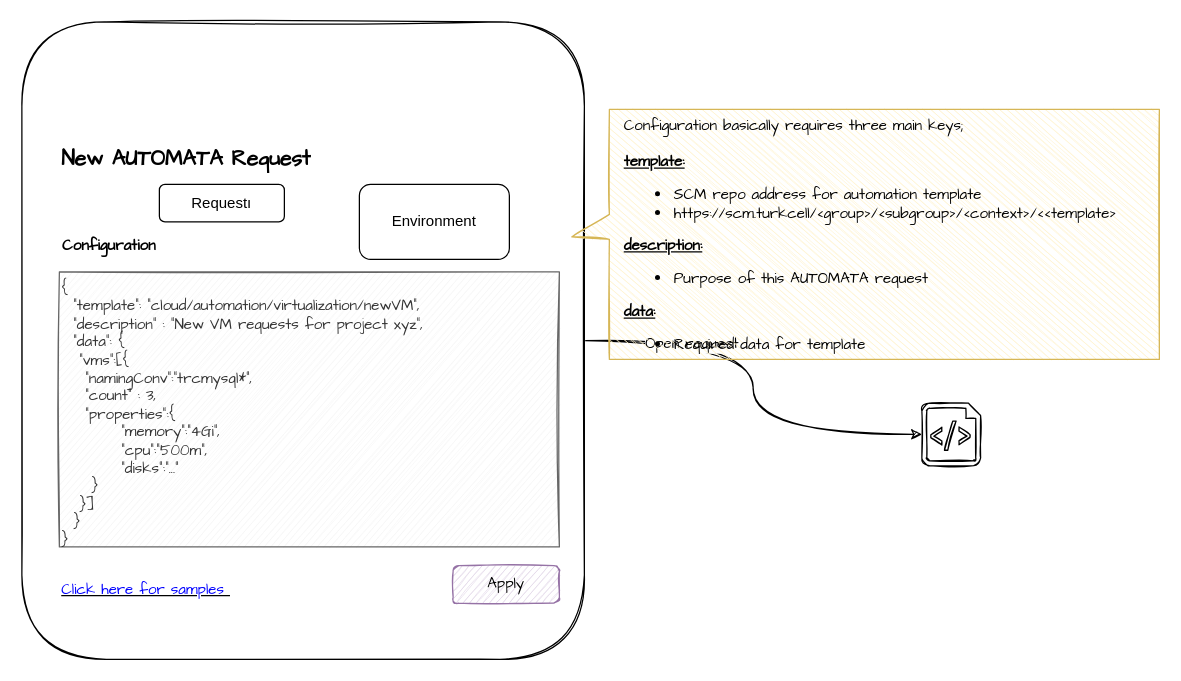
Earlier version of the draw.io diagram page "ITSM" (2 of 5) of diagrams/open-automation.drawio (haidouks/open-automation). Source tidied: cells renumbered, new cells numbered last; positions are measured from the earlier drawing's top-left corner, leaving out a move shared by most shapes. Both pictures are drawn from the tidied source at 125%, with x=0, y=0 at pixel (21, 21).
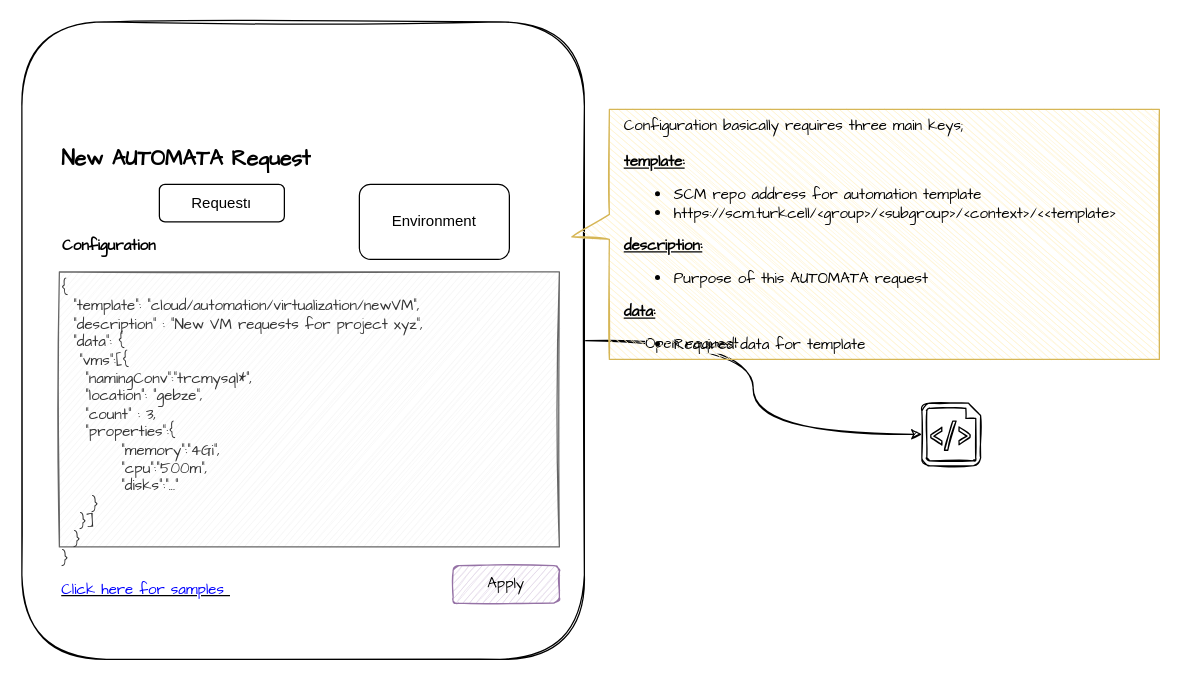
Above is the later version.

Diff of the diagram source:
```diff
@@
 <mxGraphModel>
   <root>
     <mxCell id="0" />
     <mxCell id="1" parent="0" />
     <mxCell id="2" style="edgeStyle=orthogonalEdgeStyle;rounded=0;sketch=1;jettySize=auto;html=1;entryX=0;entryY=0.5;entryDx=0;entryDy=0;entryPerimeter=0;fontFamily=Comic Sans MS;fontSize=12;curved=1;" parent="1" edge="1" source="4" target="11">
       <mxGeometry relative="1" as="geometry" />
     </mxCell>
     <mxCell id="3" value="Open request" style="edgeLabel;html=1;align=center;verticalAlign=middle;fontSize=12;fontFamily=Comic Sans MS;" parent="2" vertex="1">
       <mxGeometry x="-0.51" y="-2" relative="1" as="geometry" />
     </mxCell>
     <mxCell id="4" style="rounded=1;whiteSpace=wrap;html=1;sketch=1;" parent="1" vertex="1">
       <mxGeometry width="450" height="510" as="geometry" />
     </mxCell>
-    <mxCell id="5" value="&lt;div&gt;{&lt;br&gt;&lt;/div&gt;&lt;div&gt;&amp;nbsp; &quot;template&quot;: &quot;cloud/automation/virtualization/newVM&quot;,&lt;/div&gt;&lt;div&gt;&amp;nbsp; &quot;description&quot; : &quot;New VM requests for project xyz&quot;,&lt;/div&gt;&lt;div&gt;&amp;nbsp; &quot;data&quot;: {&amp;nbsp;&lt;/div&gt;&lt;div&gt;&amp;nbsp; &amp;nbsp;&quot;vms&quot;:[{&lt;/div&gt;&lt;div&gt;&amp;nbsp; &amp;nbsp; &quot;namingConv&quot;:&quot;trcmysql*&quot;,&lt;/div&gt;&lt;div&gt;&amp;nbsp; &amp;nbsp; &quot;count&quot; : 3,&lt;/div&gt;&lt;div&gt;&amp;nbsp; &amp;nbsp; &quot;properties&quot;:{&lt;/div&gt;&lt;div&gt;&amp;nbsp; &amp;nbsp; &amp;nbsp; &amp;nbsp; &amp;nbsp; &quot;memory&quot;:&quot;4Gi&quot;,&lt;/div&gt;&lt;div&gt;&amp;nbsp; &amp;nbsp; &amp;nbsp; &amp;nbsp; &amp;nbsp; &quot;cpu&quot;:&quot;500m&quot;,&lt;/div&gt;&lt;div&gt;&amp;nbsp; &amp;nbsp; &amp;nbsp; &amp;nbsp; &amp;nbsp; &quot;disks&quot;:&quot;...&quot;&lt;/div&gt;&lt;div&gt;&amp;nbsp; &amp;nbsp; &amp;nbsp;}&lt;/div&gt;&lt;div&gt;&amp;nbsp; &amp;nbsp;}]&lt;/div&gt;&lt;div&gt;&amp;nbsp; }&lt;/div&gt;&lt;div&gt;}&lt;/div&gt;&lt;div&gt;&lt;div&gt;&lt;div&gt;&lt;br&gt;&lt;/div&gt;&lt;/div&gt;&lt;/div&gt;" style="rounded=0;whiteSpace=wrap;html=1;align=left;verticalAlign=top;fillColor=#f5f5f5;strokeColor=#666666;fontColor=#333333;sketch=1;fontFamily=Comic Sans MS;" parent="1" vertex="1">
+    <mxCell id="5" value="&lt;div&gt;{&lt;br&gt;&lt;/div&gt;&lt;div&gt;&amp;nbsp; &quot;template&quot;: &quot;cloud/automation/virtualization/newVM&quot;,&lt;/div&gt;&lt;div&gt;&amp;nbsp; &quot;description&quot; : &quot;New VM requests for project xyz&quot;,&lt;/div&gt;&lt;div&gt;&amp;nbsp; &quot;data&quot;: {&amp;nbsp;&lt;/div&gt;&lt;div&gt;&amp;nbsp; &amp;nbsp;&quot;vms&quot;:[{&lt;/div&gt;&lt;div&gt;&amp;nbsp; &amp;nbsp; &quot;namingConv&quot;:&quot;trcmysql*&quot;,&lt;/div&gt;&lt;div&gt;&amp;nbsp; &amp;nbsp; &quot;location&quot;: &quot;gebze&quot;,&lt;/div&gt;&lt;div&gt;&amp;nbsp; &amp;nbsp; &quot;count&quot; : 3,&lt;/div&gt;&lt;div&gt;&amp;nbsp; &amp;nbsp; &quot;properties&quot;:{&lt;/div&gt;&lt;div&gt;&amp;nbsp; &amp;nbsp; &amp;nbsp; &amp;nbsp; &amp;nbsp; &quot;memory&quot;:&quot;4Gi&quot;,&lt;/div&gt;&lt;div&gt;&amp;nbsp; &amp;nbsp; &amp;nbsp; &amp;nbsp; &amp;nbsp; &quot;cpu&quot;:&quot;500m&quot;,&lt;/div&gt;&lt;div&gt;&amp;nbsp; &amp;nbsp; &amp;nbsp; &amp;nbsp; &amp;nbsp; &quot;disks&quot;:&quot;...&quot;&lt;/div&gt;&lt;div&gt;&amp;nbsp; &amp;nbsp; &amp;nbsp;}&lt;/div&gt;&lt;div&gt;&amp;nbsp; &amp;nbsp;}]&lt;/div&gt;&lt;div&gt;&amp;nbsp; }&lt;/div&gt;&lt;div&gt;}&lt;/div&gt;&lt;div&gt;&lt;div&gt;&lt;div&gt;&lt;br&gt;&lt;/div&gt;&lt;/div&gt;&lt;/div&gt;" style="rounded=0;whiteSpace=wrap;html=1;align=left;verticalAlign=top;fillColor=#f5f5f5;strokeColor=#666666;fontColor=#333333;sketch=1;fontFamily=Comic Sans MS;" parent="1" vertex="1">
       <mxGeometry x="30" y="200" width="400" height="220" as="geometry" />
     </mxCell>
     <mxCell id="6" value="&lt;u&gt;&lt;font color=&quot;#0000ff&quot;&gt;Click here for samples&amp;nbsp;&lt;/font&gt;&lt;/u&gt;" style="text;html=1;strokeColor=none;fillColor=none;align=left;verticalAlign=middle;whiteSpace=wrap;rounded=0;sketch=1;fontFamily=Comic Sans MS;" parent="1" vertex="1">
       <mxGeometry x="30" y="445" width="200" height="20" as="geometry" />
     </mxCell>
     <mxCell id="7" value="Apply" style="rounded=1;whiteSpace=wrap;html=1;fillColor=#e1d5e7;strokeColor=#9673a6;sketch=1;fontFamily=Comic Sans MS;" parent="1" vertex="1">
       <mxGeometry x="345" y="435" width="85" height="30" as="geometry" />
     </mxCell>
     <mxCell id="8" value="New AUTOMATA Request&amp;nbsp;" style="text;html=1;strokeColor=none;fillColor=none;align=left;verticalAlign=middle;whiteSpace=wrap;rounded=0;fontStyle=1;fontFamily=Comic Sans MS;fontSize=17;" parent="1" vertex="1">
       <mxGeometry x="30" y="100" width="270" height="20" as="geometry" />
     </mxCell>
     <mxCell id="9" value="Configuration" style="text;html=1;strokeColor=none;fillColor=none;align=center;verticalAlign=middle;whiteSpace=wrap;rounded=0;fontStyle=1;fontFamily=Comic Sans MS;" parent="1" vertex="1">
       <mxGeometry x="30" y="170" width="80" height="20" as="geometry" />
     </mxCell>
     <mxCell id="10" value="Configuration basically requires three main keys;&lt;br&gt;&lt;br&gt;&lt;b&gt;&lt;u&gt;template:&lt;/u&gt;&lt;/b&gt;&lt;br&gt;&lt;ul&gt;&lt;li&gt;SCM repo address for automation template&lt;br&gt;&lt;/li&gt;&lt;li&gt;https://scm.turkcell/&amp;lt;group&amp;gt;/&amp;lt;subgroup&amp;gt;/&amp;lt;context&amp;gt;/&amp;lt;&amp;lt;template&amp;gt;&lt;/li&gt;&lt;/ul&gt;&lt;div&gt;&lt;b&gt;&lt;u&gt;description:&lt;/u&gt;&lt;/b&gt;&lt;/div&gt;&lt;div&gt;&lt;ul&gt;&lt;li&gt;Purpose of this AUTOMATA request&lt;/li&gt;&lt;/ul&gt;&lt;/div&gt;&lt;div&gt;&lt;b&gt;&lt;u&gt;data:&lt;/u&gt;&lt;/b&gt;&lt;/div&gt;&lt;div&gt;&lt;ul&gt;&lt;li&gt;Required data for template&lt;br&gt;&lt;/li&gt;&lt;/ul&gt;&lt;/div&gt;" style="shape=callout;whiteSpace=wrap;html=1;perimeter=calloutPerimeter;rounded=0;labelBackgroundColor=none;sketch=1;fontFamily=Comic Sans MS;fontSize=12;align=left;position2=0.51;size=30;position=0.42;direction=south;verticalAlign=top;fillColor=#fff2cc;strokeColor=#d6b656;spacingLeft=10;" parent="1" vertex="1">
       <mxGeometry x="440" y="70" width="470" height="200" as="geometry" />
     </mxCell>
     <mxCell id="11" style="shadow=0;dashed=0;html=1;labelPosition=center;verticalLabelPosition=bottom;verticalAlign=top;align=center;shape=mxgraph.azure.script_file;rounded=1;labelBackgroundColor=none;sketch=1;fontFamily=Comic Sans MS;fontSize=12;" parent="1" vertex="1">
       <mxGeometry x="720" y="305" width="47" height="50" as="geometry" />
     </mxCell>
     <mxCell id="12" value="Requestı" style="rounded=1;whiteSpace=wrap;html=1;" parent="1" vertex="1">
       <mxGeometry x="110" y="130" width="100" height="30" as="geometry" />
     </mxCell>
     <mxCell id="13" value="Environment" style="rounded=1;whiteSpace=wrap;html=1;" parent="1" vertex="1">
       <mxGeometry x="270" y="130" width="120" height="60" as="geometry" />
     </mxCell>
   </root>
 </mxGraphModel>
```
